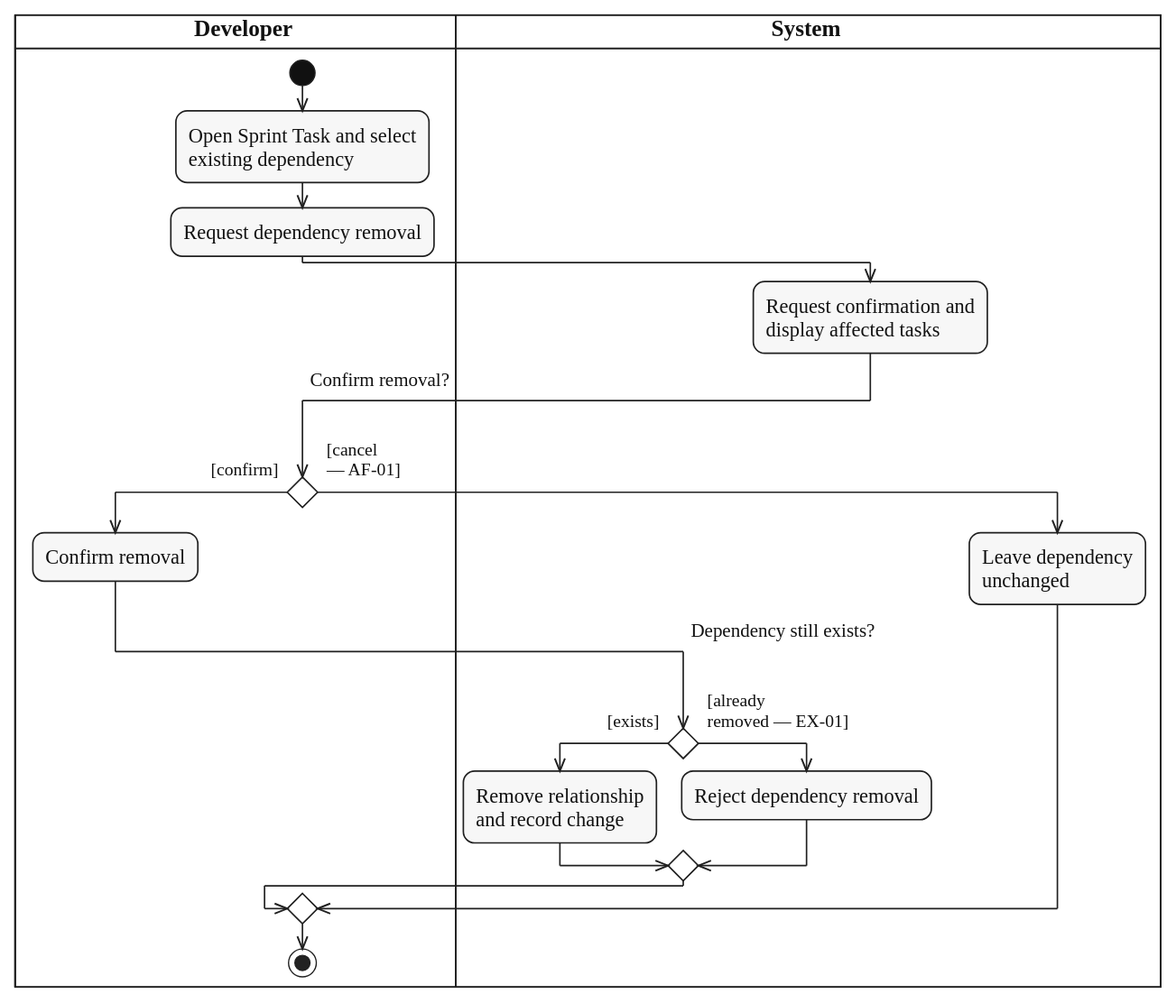
Above: diagrams/activity/sprint-work/svg/UC-TASK-DEPENDENCY-REMOVE.svg in lukenab/swd392-doc-automation (PlantUML), before the change. Its source is kept beside it as diagrams/activity/sprint-work/source/UC-TASK-DEPENDENCY-REMOVE.puml.
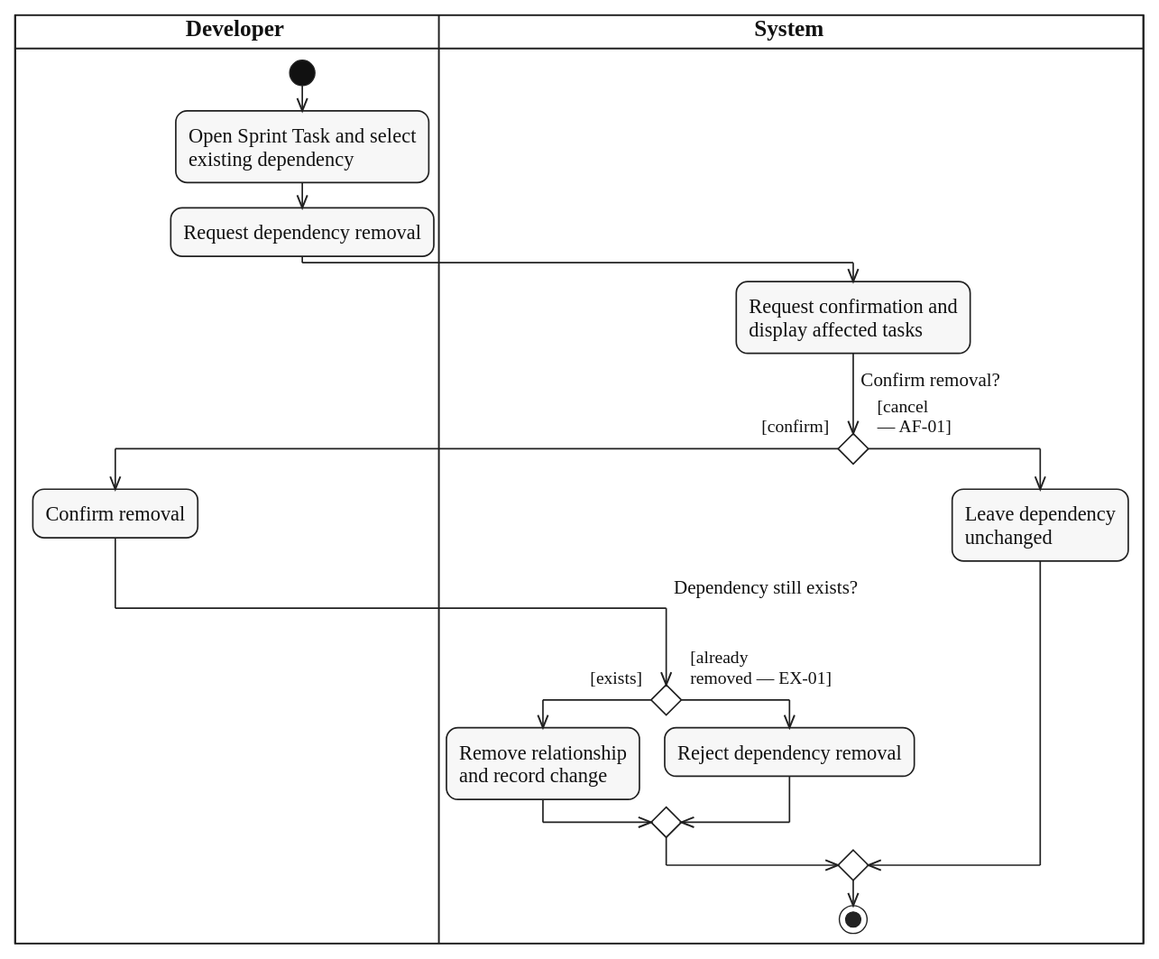
The same diagram one commit later.

The edit, as a diff of the source:
```diff
@@ -11,8 +11,8 @@
 |SYS|
 :Request confirmation and
 display affected tasks;
-|DEV|
-if ($question_x("Confirm removal?")) then ($guard_left("[confirm]"))
+if ($question("Confirm removal?")) then ($guard_left("[confirm]"))
+  |DEV|
   :Confirm removal;
   |SYS|
   if ($question_x("Dependency still exists?")) then ($guard_left("[exists]"))
@@ -26,6 +26,6 @@
   :Leave dependency
   unchanged;
 endif
-|DEV|
+|SYS|
 stop
 @enduml
```
